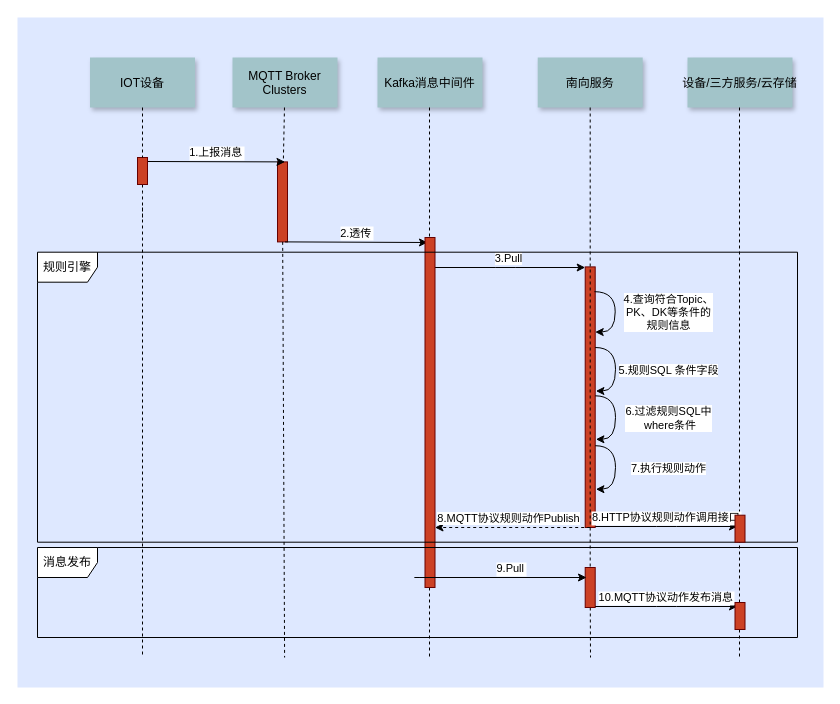
Before: 规则引擎总时序图.drawio in wjwzero/DesignDrawing-, a draw.io diagram. Source tidied: cells renumbered, new cells numbered last; positions are measured from the earlier drawing's top-left corner, leaving out a move shared by most shapes. Both pictures are drawn from the tidied source at 100%, with x=0, y=0 at pixel (17, 17).
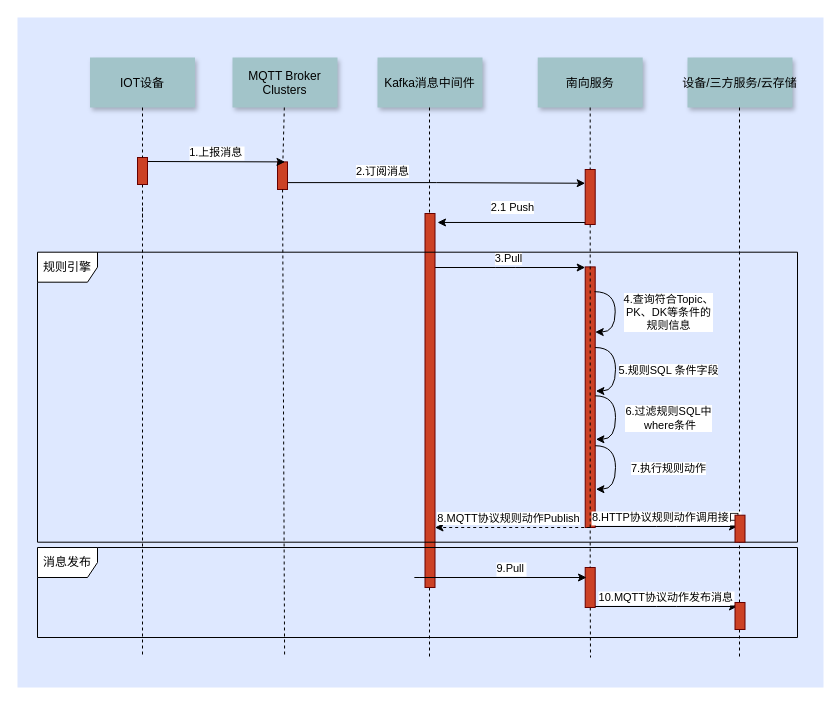
Above is the later version.

Commit message:
更新规则引擎总时序图.drawio

Unchanged cells that the change refers to:
```xml
<mxCell id="9" value="南向服务" style="shadow=1;fillColor=#A2C4C9;strokeColor=none;" parent="1" vertex="1">
  <mxGeometry x="520.2" y="40" width="105" height="50" as="geometry" />
</mxCell>
<mxCell id="33" style="fillColor=#CC4125;strokeColor=#660000;" parent="1" vertex="1">
  <mxGeometry x="567.7" y="550" width="10" height="40" as="geometry" />
</mxCell>
```

Change to the diagram source:
```diff
@@
+    <mxCell id="43" style="edgeStyle=orthogonalEdgeStyle;rounded=0;jettySize=auto;html=1;exitX=1;exitY=0.75;exitDx=0;exitDy=0;entryX=0;entryY=0.25;entryDx=0;entryDy=0;" parent="1" edge="1" source="4" target="47">
+      <mxGeometry relative="1" as="geometry" />
+    </mxCell>
+    <mxCell id="44" value="2.订阅消息" style="edgeLabel;html=1;align=center;verticalAlign=middle;" parent="43" vertex="1">
+      <mxGeometry x="-0.43" y="1" relative="1" as="geometry">
+        <mxPoint x="9" y="-10.6" as="offset" />
+      </mxGeometry>
+    </mxCell>
     <mxCell id="4" style="fillColor=#CC4125;strokeColor=#660000;" parent="1" vertex="1">
-      <mxGeometry x="260" y="144.4" width="10" height="80" as="geometry" />
+      <mxGeometry x="260" y="144.4" width="10" height="27.6" as="geometry" />
     </mxCell>
@@
-    <mxCell id="8" value="2.透传" style="edgeStyle=elbowEdgeStyle;elbow=vertical;verticalLabelPosition=top;verticalAlign=bottom;exitX=0.75;exitY=1;exitDx=0;exitDy=0;entryX=0.25;entryY=0.015;entryDx=0;entryDy=0;entryPerimeter=0;" parent="1" edge="1" source="4" target="19">
-      <mxGeometry x="350" y="290" as="geometry" />
-    </mxCell>
@@
     <mxCell id="19" style="fillColor=#CC4125;strokeColor=#660000;" parent="1" vertex="1">
-      <mxGeometry x="407.5" y="220" width="10" height="350" as="geometry" />
+      <mxGeometry x="407.5" y="196" width="10" height="374" as="geometry" />
     </mxCell>
@@
-    <mxCell id="34" style="edgeStyle=none;endArrow=none;dashed=1;" parent="1" edge="1" source="9" target="33">
+    <mxCell id="34" style="edgeStyle=none;endArrow=none;dashed=1;" parent="1" edge="1" source="47" target="33">
       <mxGeometry x="592.2" y="175" as="geometry" />
     </mxCell>
@@
+    <mxCell id="45" style="edgeStyle=orthogonalEdgeStyle;rounded=0;jettySize=auto;html=1;exitX=0;exitY=1;exitDx=0;exitDy=0;entryX=1.25;entryY=0.024;entryDx=0;entryDy=0;entryPerimeter=0;" parent="1" edge="1" source="47" target="19">
+      <mxGeometry relative="1" as="geometry">
+        <Array as="points">
+          <mxPoint x="568" y="205" />
+        </Array>
+      </mxGeometry>
+    </mxCell>
+    <mxCell id="46" value="2.1 Push" style="edgeLabel;html=1;align=center;verticalAlign=middle;" parent="45" vertex="1">
+      <mxGeometry x="0.27" relative="1" as="geometry">
+        <mxPoint x="19.3" y="-15" as="offset" />
+      </mxGeometry>
+    </mxCell>
+    <mxCell id="47" style="fillColor=#CC4125;strokeColor=#660000;" parent="1" vertex="1">
+      <mxGeometry x="567.7" y="152" width="10" height="55" as="geometry" />
+    </mxCell>
+    <mxCell id="48" style="edgeStyle=none;endArrow=none;dashed=1;" parent="1" edge="1" source="9" target="47">
+      <mxGeometry x="592.2" y="175" as="geometry" />
+    </mxCell>
```
